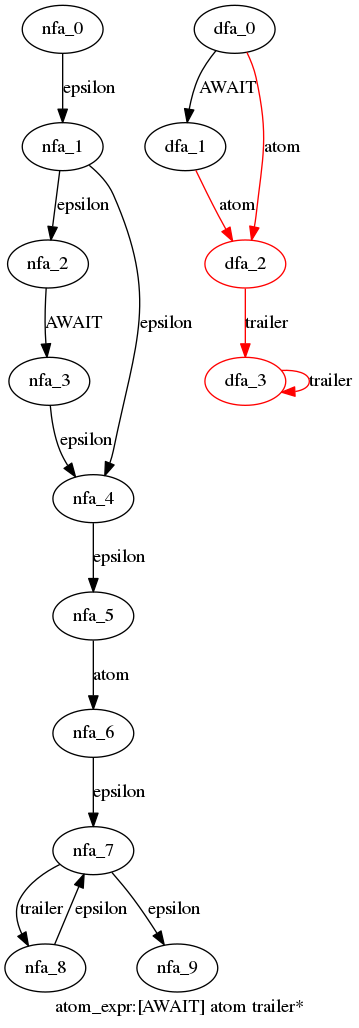
Before: cpython/grammar/handwrite/nfa_dfas/68.atom_expr.dot.png, a diagram exported from Graphviz (WinChua/blog). Its source is kept beside it as cpython/grammar/handwrite/nfa_dfas/68.atom_expr.dot.
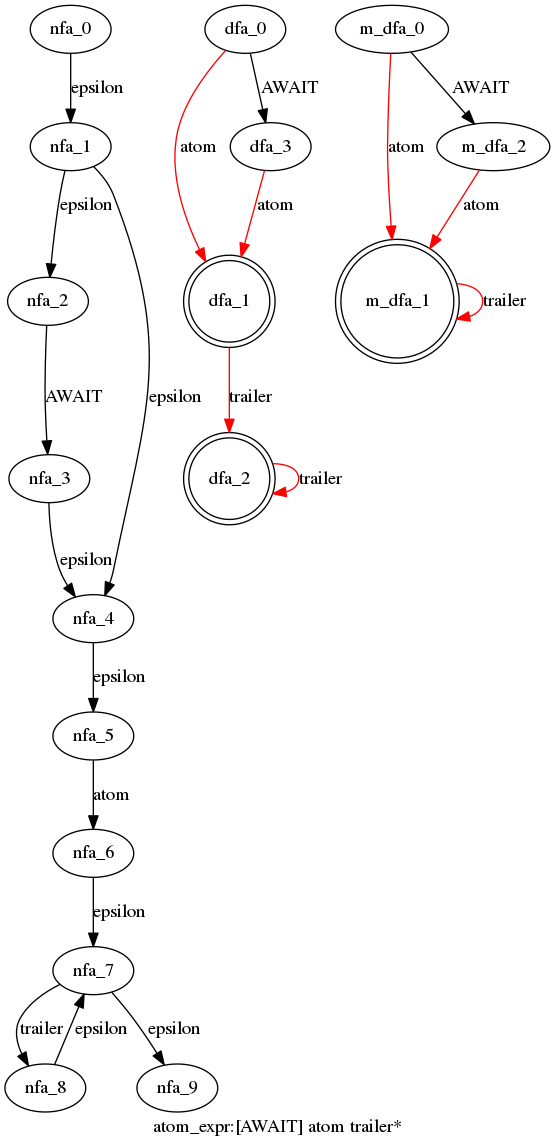
Above is the later version.

Change to the diagram source:
```diff
@@ -14,12 +14,19 @@
   nfa_1->nfa_4[label="epsilon"]
   }
  subgraph atom_expr_dfa {
-  dfa_0->dfa_1[label="AWAIT"]
-  dfa_1->dfa_2[label="atom",color=red]
-  dfa_2->dfa_3[label="trailer",color=red]
-  dfa_3->dfa_3[label="trailer",color=red]
-  dfa_0->dfa_2[label="atom",color=red]
-  dfa_2[color=red]
-  dfa_3[color=red]
+  dfa_0->dfa_1[label="atom",color=red]
+  dfa_1->dfa_2[label="trailer",color=red]
+  dfa_2->dfa_2[label="trailer",color=red]
+  dfa_0->dfa_3[label="AWAIT"]
+  dfa_3->dfa_1[label="atom",color=red]
+  dfa_1[shape=doublecircle]
+  dfa_2[shape=doublecircle]
+  }
+ subgraph atom_expr_m_dfa {
+  m_dfa_0->m_dfa_1[label="atom",color=red]
+  m_dfa_1->m_dfa_1[label="trailer",color=red]
+  m_dfa_0->m_dfa_2[label="AWAIT"]
+  m_dfa_2->m_dfa_1[label="atom",color=red]
+  m_dfa_1[shape=doublecircle]
   }
 }
```
